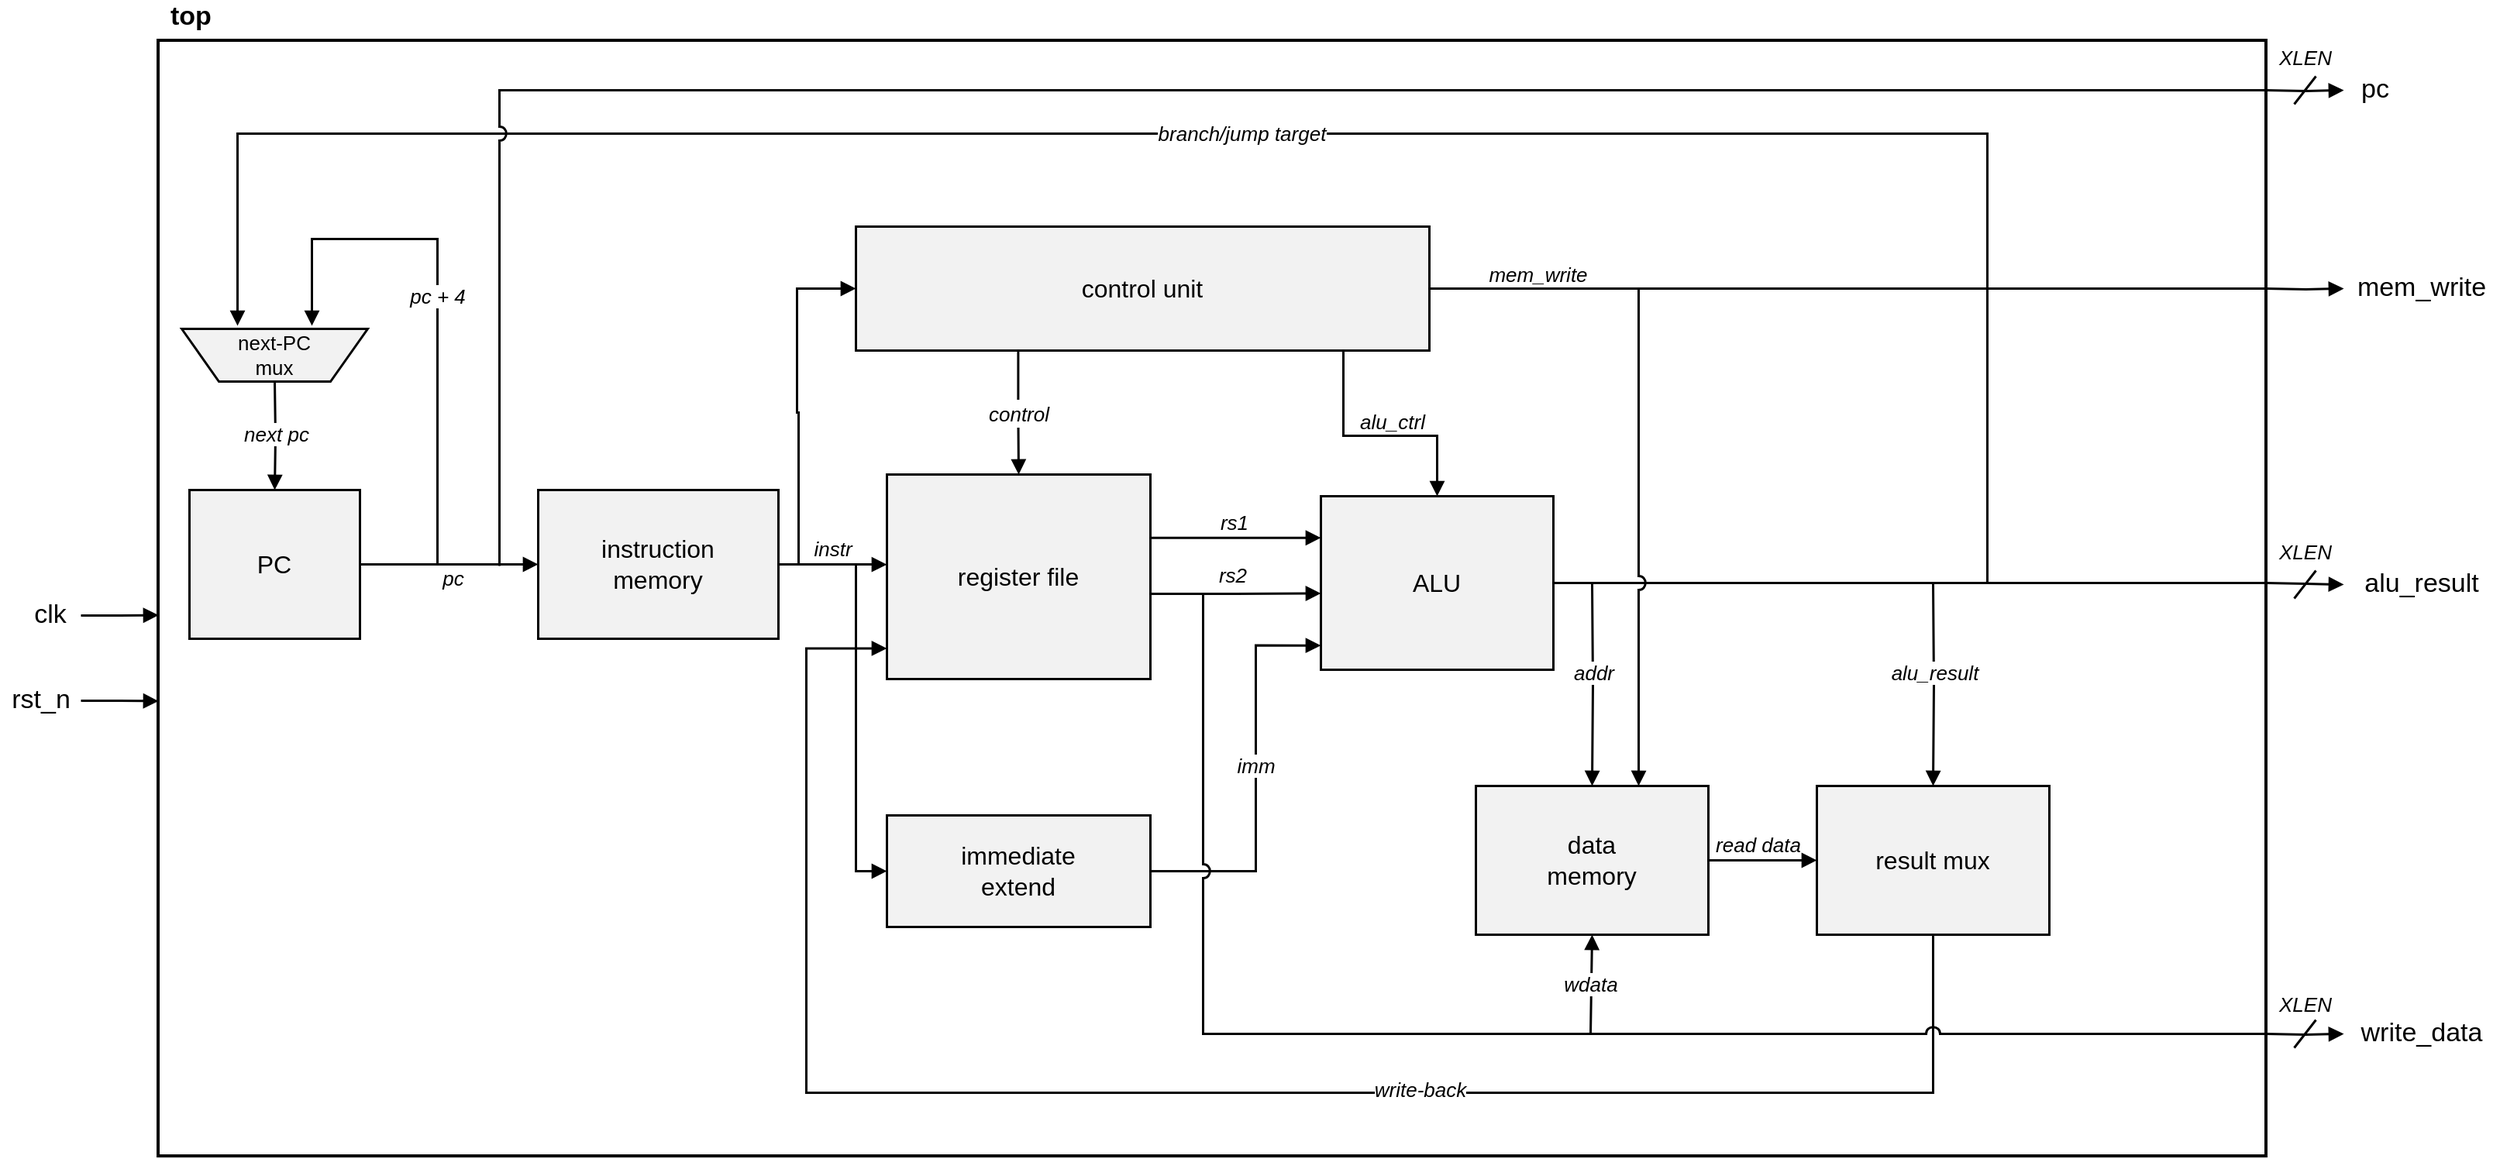
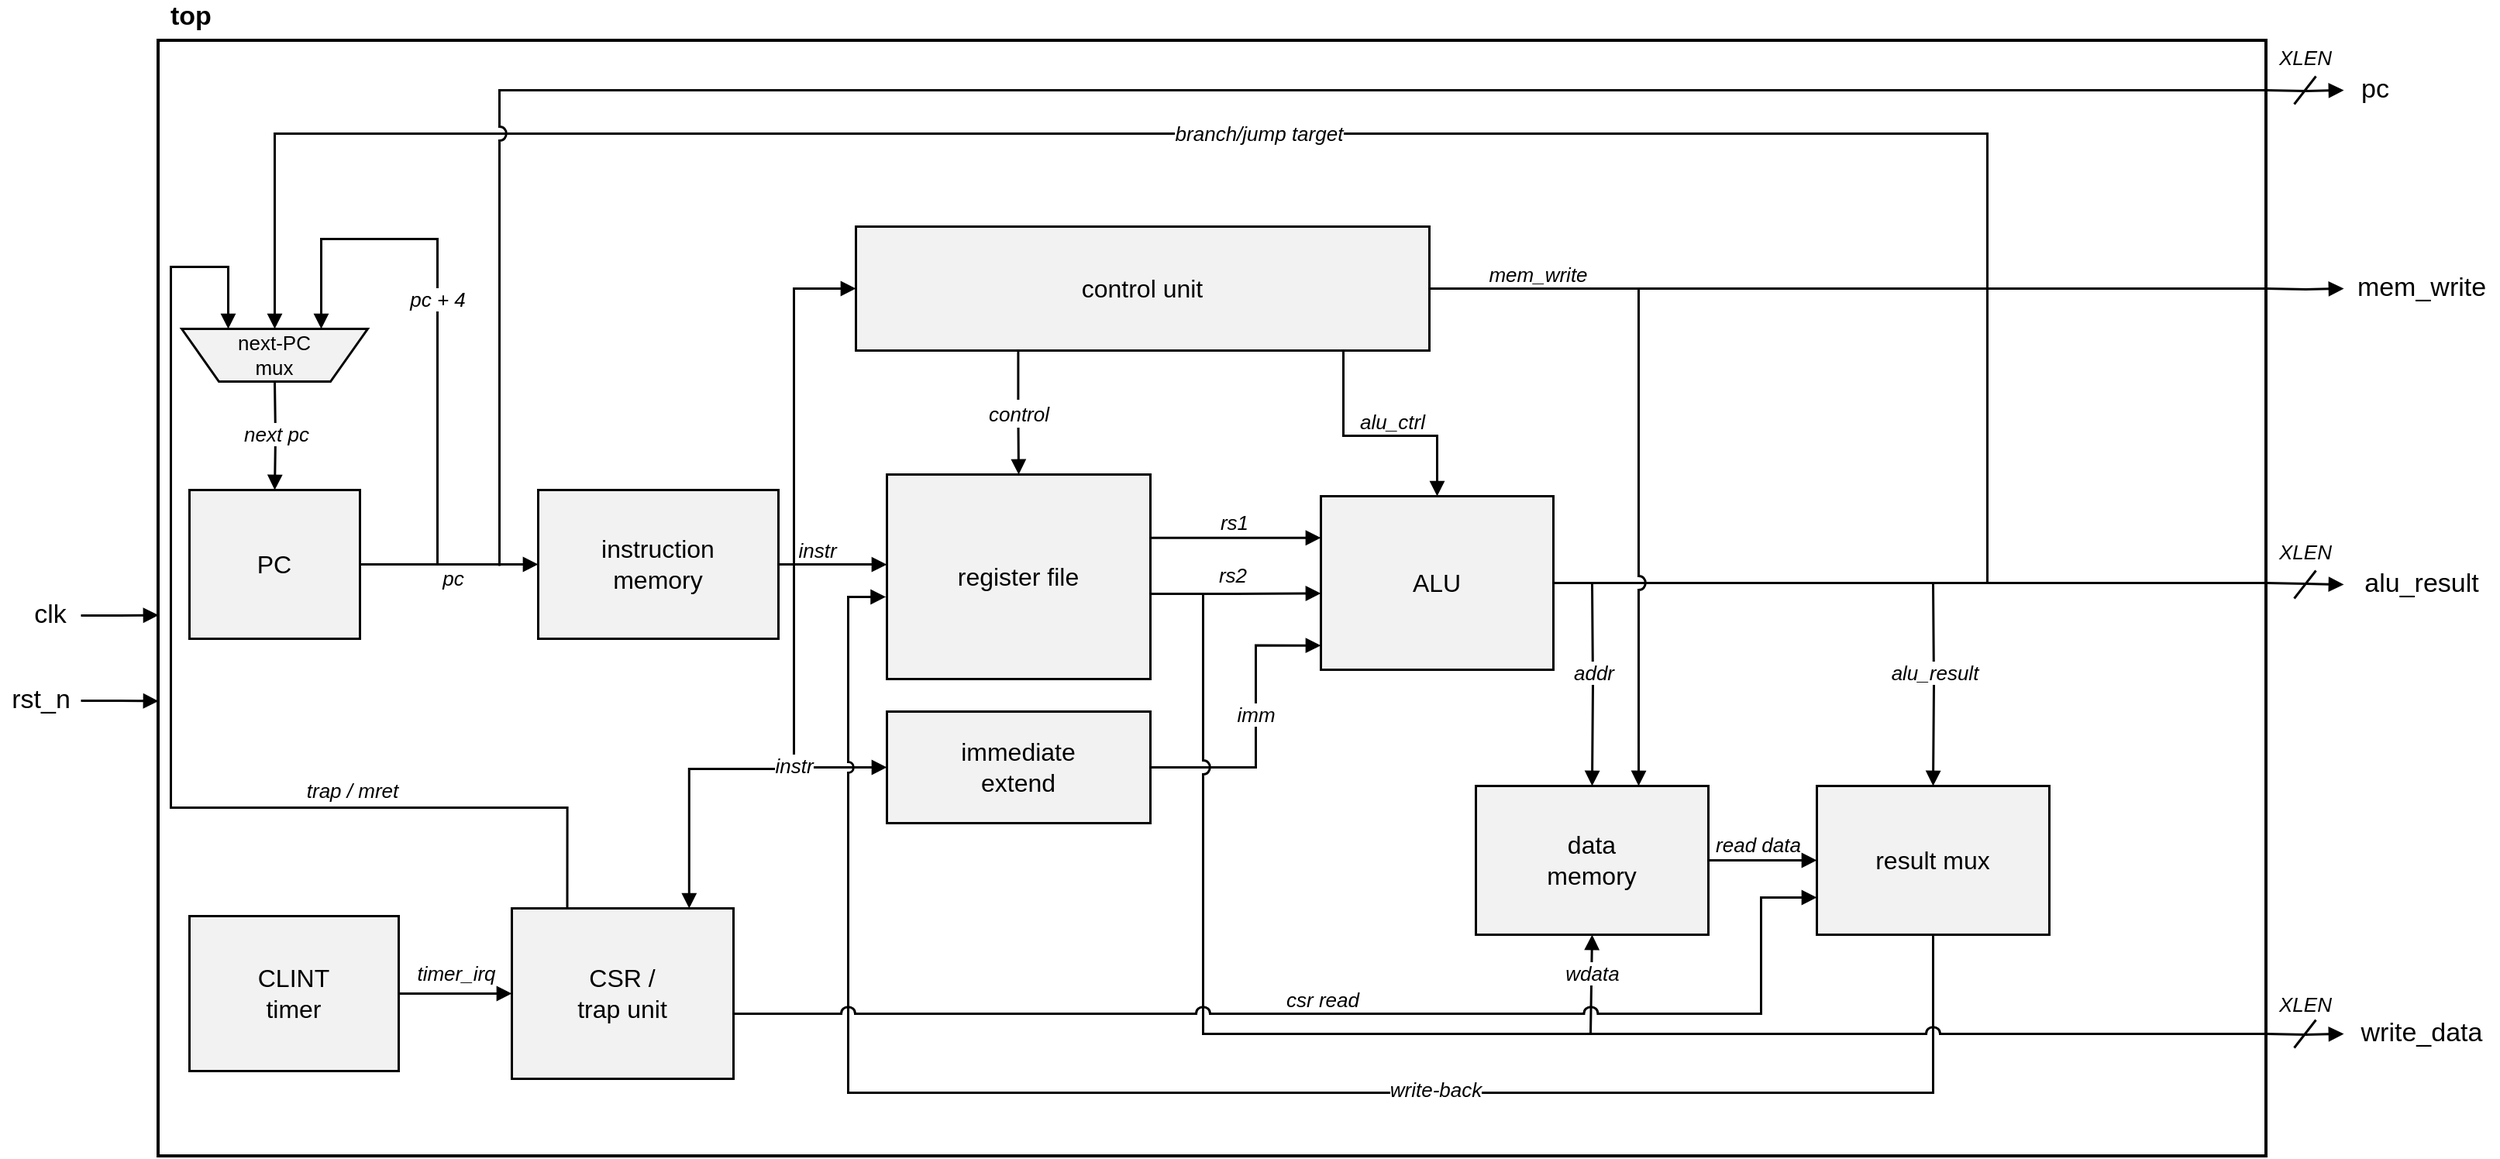
<mxfile host="65bd71144e" scale="2" border="10">
    <diagram name="datapath" id="datapath">
-         <mxGraphModel dx="944" dy="837" grid="0" gridSize="10" guides="1" tooltips="1" connect="1" arrows="1" fold="1" page="1" pageScale="1" pageWidth="1720" pageHeight="900" background="#ffffff" math="0" shadow="0">
+         <mxGraphModel dx="797" dy="364" grid="0" gridSize="10" guides="1" tooltips="1" connect="1" arrows="1" fold="1" page="1" pageScale="1" pageWidth="1720" pageHeight="900" background="#ffffff" math="0" shadow="0">
            <root>
                <mxCell id="0"/>
                <mxCell id="1" parent="0"/>
                <mxCell id="outer" value="" style="rounded=0;whiteSpace=wrap;html=1;fillColor=none;strokeColor=#000000;strokeWidth=2;" parent="1" vertex="1">
                    <mxGeometry x="150" y="90" width="1360" height="720" as="geometry"/>
                </mxCell>
                <mxCell id="outer-lbl" value="top" style="text;html=1;align=left;verticalAlign=middle;fontStyle=1;fontSize=17;fillColor=none;strokeColor=none;" parent="1" vertex="1">
                    <mxGeometry x="156" y="64" width="120" height="22" as="geometry"/>
                </mxCell>
                <mxCell id="ctrl" value="control unit" style="rounded=0;whiteSpace=wrap;html=1;fillColor=#f2f2f2;strokeColor=#000000;strokeWidth=1.5;align=center;verticalAlign=middle;fontSize=16;" parent="1" vertex="1">
                    <mxGeometry x="600" y="210" width="370" height="80" as="geometry"/>
                </mxCell>
                <mxCell id="pc" value="PC" style="rounded=0;whiteSpace=wrap;html=1;fillColor=#f2f2f2;strokeColor=#000000;strokeWidth=1.5;align=center;verticalAlign=middle;fontSize=16;" parent="1" vertex="1">
                    <mxGeometry x="170" y="380" width="110" height="96" as="geometry"/>
                </mxCell>
                <mxCell id="imem" value="instruction&#xa;memory" style="rounded=0;whiteSpace=wrap;html=1;fillColor=#f2f2f2;strokeColor=#000000;strokeWidth=1.5;align=center;verticalAlign=middle;fontSize=16;" parent="1" vertex="1">
                    <mxGeometry x="395" y="380" width="155" height="96" as="geometry"/>
                </mxCell>
                <mxCell id="regfile" value="register file" style="rounded=0;whiteSpace=wrap;html=1;fillColor=#f2f2f2;strokeColor=#000000;strokeWidth=1.5;align=center;verticalAlign=middle;fontSize=16;" parent="1" vertex="1">
                    <mxGeometry x="620" y="370" width="170" height="132" as="geometry"/>
                </mxCell>
                <mxCell id="extend" value="immediate&#xa;extend" style="rounded=0;whiteSpace=wrap;html=1;fillColor=#f2f2f2;strokeColor=#000000;strokeWidth=1.5;align=center;verticalAlign=middle;fontSize=16;" parent="1" vertex="1">
-                     <mxGeometry x="620" y="590" width="170" height="72" as="geometry"/>
+                     <mxGeometry x="620" y="523" width="170" height="72" as="geometry"/>
                </mxCell>
                <mxCell id="alu" value="ALU" style="rounded=0;whiteSpace=wrap;html=1;fillColor=#f2f2f2;strokeColor=#000000;strokeWidth=1.5;align=center;verticalAlign=middle;fontSize=16;" parent="1" vertex="1">
                    <mxGeometry x="900" y="384" width="150" height="112" as="geometry"/>
                </mxCell>
                <mxCell id="dmem" value="data&#xa;memory" style="rounded=0;whiteSpace=wrap;html=1;fillColor=#f2f2f2;strokeColor=#000000;strokeWidth=1.5;align=center;verticalAlign=middle;fontSize=16;" parent="1" vertex="1">
                    <mxGeometry x="1000" y="571" width="150" height="96" as="geometry"/>
                </mxCell>
                <mxCell id="resmux" value="result mux" style="rounded=0;whiteSpace=wrap;html=1;fillColor=#f2f2f2;strokeColor=#000000;strokeWidth=1.5;align=center;verticalAlign=middle;fontSize=16;" parent="1" vertex="1">
                    <mxGeometry x="1220" y="571" width="150" height="96" as="geometry"/>
                </mxCell>
                <mxCell id="pcmux" value="next-PC&#xa;mux" style="shape=trapezoid;perimeter=trapezoidPerimeter;flipV=1;whiteSpace=wrap;html=1;fillColor=#f2f2f2;strokeColor=#000000;strokeWidth=1.5;align=center;verticalAlign=middle;fontSize=13;" parent="1" vertex="1">
                    <mxGeometry x="165" y="276" width="120" height="34" as="geometry"/>
                </mxCell>
                <mxCell id="io-clk" value="clk" style="text;html=1;align=center;verticalAlign=middle;fontSize=17;fillColor=none;strokeColor=none;" parent="1" vertex="1">
                    <mxGeometry x="60" y="450" width="40" height="22" as="geometry"/>
                </mxCell>
                <mxCell id="io-rstn" value="rst_n" style="text;html=1;align=center;verticalAlign=middle;fontSize=17;fillColor=none;strokeColor=none;" parent="1" vertex="1">
                    <mxGeometry x="48" y="505" width="52" height="22" as="geometry"/>
                </mxCell>
                <mxCell id="io-pc" value="pc" style="text;html=1;align=center;verticalAlign=middle;fontSize=17;fillColor=none;strokeColor=none;" parent="1" vertex="1">
                    <mxGeometry x="1560" y="111" width="40" height="22" as="geometry"/>
                </mxCell>
                <mxCell id="io-memwrite" value="mem_write" style="text;html=1;align=center;verticalAlign=middle;fontSize=17;fillColor=none;strokeColor=none;" parent="1" vertex="1">
                    <mxGeometry x="1560" y="239" width="100" height="22" as="geometry"/>
                </mxCell>
                <mxCell id="io-aluresult" value="alu_result" style="text;html=1;align=center;verticalAlign=middle;fontSize=17;fillColor=none;strokeColor=none;" parent="1" vertex="1">
                    <mxGeometry x="1560" y="430" width="100" height="22" as="geometry"/>
                </mxCell>
                <mxCell id="io-writedata" value="write_data" style="text;html=1;align=center;verticalAlign=middle;fontSize=17;fillColor=none;strokeColor=none;" parent="1" vertex="1">
                    <mxGeometry x="1560" y="720" width="100" height="22" as="geometry"/>
                </mxCell>
                <mxCell id="e-clk" style="edgeStyle=orthogonalEdgeStyle;rounded=0;html=1;strokeColor=#000000;strokeWidth=1.5;endArrow=block;endFill=1;exitX=1;exitY=0.5;entryX=0;entryY=0.515;" parent="1" source="io-clk" target="outer" edge="1">
                    <mxGeometry relative="1" as="geometry"/>
                </mxCell>
                <mxCell id="e-rstn" style="edgeStyle=orthogonalEdgeStyle;rounded=0;html=1;strokeColor=#000000;strokeWidth=1.5;endArrow=block;endFill=1;exitX=1;exitY=0.5;entryX=0;entryY=0.592;" parent="1" source="io-rstn" target="outer" edge="1">
                    <mxGeometry relative="1" as="geometry"/>
                </mxCell>
                <mxCell id="e-pc-imem" value="pc" style="edgeStyle=orthogonalEdgeStyle;rounded=0;html=1;strokeColor=#000000;strokeWidth=1.5;endArrow=block;endFill=1;labelBackgroundColor=#ffffff;fontStyle=2;fontSize=13;exitX=1;exitY=0.5;entryX=0;entryY=0.5;spacingBottom=0;spacingLeft=4;spacingTop=34;" parent="1" source="pc" target="imem" edge="1">
                    <mxGeometry y="8" relative="1" as="geometry">
                        <mxPoint as="offset"/>
                    </mxGeometry>
                </mxCell>
                <mxCell id="e-instr" value="instr" style="edgeStyle=orthogonalEdgeStyle;rounded=0;html=1;strokeColor=#000000;strokeWidth=1.5;endArrow=block;endFill=1;labelBackgroundColor=#ffffff;fontStyle=2;fontSize=13;exitX=1;exitY=0.5;entryX=0;entryY=0.44;spacingTop=0;spacingBottom=4;" parent="1" source="imem" target="regfile" edge="1">
-                     <mxGeometry x="-0.0051" y="8" relative="1" as="geometry">
+                     <mxGeometry x="-0.2869" y="7" relative="1" as="geometry">
                        <mxPoint as="offset"/>
                    </mxGeometry>
                </mxCell>
                <mxCell id="e-instr-ctrl" style="edgeStyle=orthogonalEdgeStyle;rounded=0;html=1;strokeColor=#000000;strokeWidth=1.5;endArrow=block;endFill=1;entryX=0;entryY=0.5;entryDx=0;entryDy=0;" parent="1" target="ctrl" edge="1">
                    <mxGeometry relative="1" as="geometry">
                        <mxPoint x="563" y="428" as="sourcePoint"/>
                        <mxPoint x="640.5" y="290.0000000000002" as="targetPoint"/>
                        <Array as="points">
-                             <mxPoint x="563" y="330"/>
-                             <mxPoint x="562" y="330"/>
-                             <mxPoint x="562" y="250"/>
-                         </Array>
-                     </mxGeometry>
-                 </mxCell>
-                 <mxCell id="e-instr-ext" style="edgeStyle=orthogonalEdgeStyle;rounded=0;html=1;strokeColor=#000000;strokeWidth=1.5;endArrow=block;endFill=1;entryX=0;entryY=0.5;" parent="1" target="extend" edge="1">
-                     <mxGeometry relative="1" as="geometry">
-                         <mxPoint x="578" y="428" as="sourcePoint"/>
+                             <mxPoint x="560" y="428"/>
+                             <mxPoint x="560" y="250"/>
+                         </Array>
+                     </mxGeometry>
+                 </mxCell>
+                 <mxCell id="e-instr-ext" style="rounded=0;html=1;strokeColor=#000000;strokeWidth=1.5;endArrow=block;endFill=1;entryX=0;entryY=0.5;" parent="1" target="extend" edge="1">
+                     <mxGeometry relative="1" as="geometry">
+                         <mxPoint x="570" y="559" as="sourcePoint"/>
                        <mxPoint x="620" y="626" as="targetPoint"/>
-                         <Array as="points">
-                             <mxPoint x="600" y="428"/>
-                             <mxPoint x="600" y="626"/>
-                         </Array>
                    </mxGeometry>
                </mxCell>
                <mxCell id="e-rs1" value="rs1" style="edgeStyle=orthogonalEdgeStyle;rounded=0;html=1;strokeColor=#000000;strokeWidth=1.5;endArrow=block;endFill=1;labelBackgroundColor=#ffffff;fontStyle=2;fontSize=13;exitX=1;exitY=0.3;entryX=0;entryY=0.24;spacingBottom=3;" parent="1" source="regfile" target="alu" edge="1">
                    <mxGeometry x="-0.0004" y="8" relative="1" as="geometry">
                        <mxPoint as="offset"/>
                        <Array as="points">
                            <mxPoint x="790" y="411"/>
                        </Array>
                    </mxGeometry>
                </mxCell>
                <mxCell id="e-rs2" value="rs2" style="edgeStyle=orthogonalEdgeStyle;rounded=0;html=1;strokeColor=#000000;strokeWidth=1.5;endArrow=block;endFill=1;labelBackgroundColor=#ffffff;fontStyle=2;fontSize=13;exitX=1;exitY=0.62;entryX=0;entryY=0.56;spacingBottom=8;" parent="1" source="regfile" target="alu" edge="1">
                    <mxGeometry relative="1" as="geometry">
                        <mxPoint y="-8" as="offset"/>
                        <Array as="points">
                            <mxPoint x="790" y="447"/>
                            <mxPoint x="845" y="447"/>
                        </Array>
                    </mxGeometry>
                </mxCell>
                <mxCell id="e-imm" value="imm" style="edgeStyle=orthogonalEdgeStyle;rounded=0;html=1;strokeColor=#000000;strokeWidth=1.5;endArrow=block;endFill=1;labelBackgroundColor=#ffffff;fontStyle=2;fontSize=13;exitX=1;exitY=0.5;entryX=0;entryY=0.86;" parent="1" source="extend" target="alu" edge="1">
                    <mxGeometry relative="1" as="geometry">
                        <Array as="points">
-                             <mxPoint x="858" y="626"/>
+                             <mxPoint x="858" y="559"/>
                            <mxPoint x="858" y="480"/>
                        </Array>
                        <mxPoint y="-8" as="offset"/>
                    </mxGeometry>
                </mxCell>
                <mxCell id="e-ctrl-rf" style="edgeStyle=orthogonalEdgeStyle;rounded=0;html=1;strokeColor=#000000;strokeWidth=1.5;endArrow=block;endFill=1;entryX=0.5;entryY=0;exitX=0.283;exitY=0.995;exitDx=0;exitDy=0;exitPerimeter=0;" parent="1" source="ctrl" target="regfile" edge="1">
                    <mxGeometry relative="1" as="geometry">
                        <mxPoint x="748" y="290" as="sourcePoint"/>
                    </mxGeometry>
                </mxCell>
                <mxCell id="lbl-control" value="control" style="text;html=1;align=center;verticalAlign=middle;fontStyle=2;fontSize=13;fillColor=#ffffff;strokeColor=none;" parent="1" vertex="1">
                    <mxGeometry x="675" y="322" width="60" height="18" as="geometry"/>
                </mxCell>
                <mxCell id="e-ctrl-alu" value="&lt;i&gt;&lt;font style=&quot;font-size: 13px;&quot;&gt;alu_ctrl&lt;/font&gt;&lt;/i&gt;" style="edgeStyle=orthogonalEdgeStyle;rounded=0;html=1;strokeColor=#000000;strokeWidth=1.5;endArrow=block;endFill=1;exitX=0.85;exitY=1;entryX=0.5;entryY=0;spacingBottom=18;spacingLeft=18;" parent="1" source="ctrl" target="alu" edge="1">
                    <mxGeometry x="-0.0054" relative="1" as="geometry">
                        <Array as="points">
                            <mxPoint x="915" y="345"/>
                            <mxPoint x="975" y="345"/>
                        </Array>
                        <mxPoint as="offset"/>
                    </mxGeometry>
                </mxCell>
                <mxCell id="e-alures-int" style="edgeStyle=orthogonalEdgeStyle;rounded=0;html=1;strokeColor=#000000;strokeWidth=1.5;endArrow=none;exitX=1;exitY=0.5;" parent="1" source="alu" edge="1">
                    <mxGeometry relative="1" as="geometry">
                        <mxPoint x="1510" y="440" as="targetPoint"/>
                    </mxGeometry>
                </mxCell>
                <mxCell id="e-alures-ext" style="edgeStyle=orthogonalEdgeStyle;rounded=0;html=1;strokeColor=#000000;strokeWidth=1.5;endArrow=block;endFill=1;entryX=0;entryY=0.5;" parent="1" target="io-aluresult" edge="1">
                    <mxGeometry relative="1" as="geometry">
                        <mxPoint x="1510" y="440" as="sourcePoint"/>
                        <mxPoint x="1560" y="441" as="targetPoint"/>
                    </mxGeometry>
                </mxCell>
                <mxCell id="e-addr" value="addr" style="edgeStyle=orthogonalEdgeStyle;rounded=0;html=1;strokeColor=#000000;strokeWidth=1.5;endArrow=block;endFill=1;labelBackgroundColor=#ffffff;fontStyle=2;fontSize=13;entryX=0.5;entryY=0;" parent="1" target="dmem" edge="1">
                    <mxGeometry relative="1" as="geometry">
                        <mxPoint x="1075" y="440" as="sourcePoint"/>
                        <mxPoint x="1075" y="600" as="targetPoint"/>
                        <mxPoint y="-8" as="offset"/>
                    </mxGeometry>
                </mxCell>
                <mxCell id="e-result" value="alu_result" style="edgeStyle=orthogonalEdgeStyle;rounded=0;html=1;strokeColor=#000000;strokeWidth=1.5;endArrow=block;endFill=1;labelBackgroundColor=#ffffff;fontStyle=2;fontSize=13;entryX=0.5;entryY=0;" parent="1" target="resmux" edge="1">
                    <mxGeometry relative="1" as="geometry">
                        <mxPoint x="1295" y="440" as="sourcePoint"/>
                        <mxPoint x="1295" y="600" as="targetPoint"/>
                        <mxPoint y="-8" as="offset"/>
                    </mxGeometry>
                </mxCell>
                <mxCell id="e-dmem-resmux" value="read data" style="edgeStyle=orthogonalEdgeStyle;rounded=0;html=1;strokeColor=#000000;strokeWidth=1.5;endArrow=block;endFill=1;labelBackgroundColor=#ffffff;fontStyle=2;fontSize=13;exitX=1;exitY=0.5;entryX=0;entryY=0.5;spacingBottom=4;spacingRight=6;" parent="1" source="dmem" target="resmux" edge="1">
                    <mxGeometry x="0.0057" y="8" relative="1" as="geometry">
                        <mxPoint as="offset"/>
                    </mxGeometry>
                </mxCell>
-                 <mxCell id="e-wb" value="write-back" style="edgeStyle=orthogonalEdgeStyle;rounded=0;html=1;strokeColor=#000000;strokeWidth=1.5;endArrow=block;endFill=1;labelBackgroundColor=#ffffff;fontStyle=2;fontSize=13;exitX=0.5;exitY=1;entryX=0;entryY=0.85;spacingBottom=0;spacingLeft=250;" parent="1" source="resmux" target="regfile" edge="1">
+                 <mxCell id="e-wb" value="write-back" style="edgeStyle=orthogonalEdgeStyle;rounded=0;html=1;strokeColor=#000000;strokeWidth=1.5;endArrow=block;endFill=1;labelBackgroundColor=#ffffff;fontStyle=2;fontSize=13;exitX=0.5;exitY=1;entryX=-0.004;entryY=0.604;spacingBottom=0;spacingLeft=250;entryDx=0;entryDy=0;entryPerimeter=0;jumpStyle=arc;" parent="1" source="resmux" target="regfile" edge="1">
                    <mxGeometry x="-0.0443" y="-2" relative="1" as="geometry">
                        <Array as="points">
                            <mxPoint x="1295" y="769"/>
-                             <mxPoint x="568" y="769"/>
-                             <mxPoint x="568" y="482"/>
+                             <mxPoint x="595" y="769"/>
+                             <mxPoint x="595" y="449"/>
+                             <mxPoint x="619" y="449"/>
                        </Array>
                        <mxPoint as="offset"/>
                    </mxGeometry>
                </mxCell>
                <mxCell id="e-mux-pc" value="next pc" style="edgeStyle=orthogonalEdgeStyle;rounded=0;html=1;strokeColor=#000000;strokeWidth=1.5;endArrow=block;endFill=1;labelBackgroundColor=#ffffff;fontStyle=2;fontSize=13;entryX=0.5;entryY=0;align=center;labelPosition=center;verticalLabelPosition=middle;verticalAlign=middle;spacingRight=17;spacing=2;" parent="1" target="pc" edge="1">
                    <mxGeometry x="-0.032" y="9" relative="1" as="geometry">
                        <mxPoint as="offset"/>
                        <mxPoint x="225" y="310" as="sourcePoint"/>
                    </mxGeometry>
                </mxCell>
-                 <mxCell id="e-pc4" value="pc + 4" style="edgeStyle=orthogonalEdgeStyle;rounded=0;html=1;strokeColor=#000000;strokeWidth=1.5;endArrow=block;endFill=1;labelBackgroundColor=#ffffff;fontStyle=2;fontSize=13;" parent="1" edge="1">
+                 <mxCell id="e-pc4" value="pc + 4" style="edgeStyle=orthogonalEdgeStyle;rounded=0;html=1;strokeColor=#000000;strokeWidth=1.5;endArrow=block;endFill=1;labelBackgroundColor=#ffffff;fontStyle=2;fontSize=13;entryX=0.75;entryY=0;entryDx=0;entryDy=0;" parent="1" edge="1" target="pcmux">
                    <mxGeometry relative="1" as="geometry">
                        <mxPoint x="330" y="428" as="sourcePoint"/>
-                         <mxPoint x="249" y="274" as="targetPoint"/>
+                         <mxPoint x="255" y="274" as="targetPoint"/>
                        <Array as="points">
                            <mxPoint x="330" y="218"/>
-                             <mxPoint x="249" y="218"/>
-                         </Array>
-                     </mxGeometry>
-                 </mxCell>
-                 <mxCell id="e-target" value="branch/jump target" style="edgeStyle=orthogonalEdgeStyle;rounded=0;html=1;strokeColor=#000000;strokeWidth=1.5;endArrow=block;endFill=1;labelBackgroundColor=#ffffff;fontStyle=2;fontSize=13;jumpStyle=arc;jumpSize=8;" parent="1" edge="1">
+                             <mxPoint x="255" y="218"/>
+                         </Array>
+                     </mxGeometry>
+                 </mxCell>
+                 <mxCell id="e-target" value="branch/jump target" style="edgeStyle=orthogonalEdgeStyle;rounded=0;html=1;strokeColor=#000000;strokeWidth=1.5;endArrow=block;endFill=1;labelBackgroundColor=#ffffff;fontStyle=2;fontSize=13;jumpStyle=arc;jumpSize=8;entryX=0.5;entryY=0;entryDx=0;entryDy=0;" parent="1" edge="1" target="pcmux">
                    <mxGeometry relative="1" as="geometry">
                        <mxPoint x="1330" y="440" as="sourcePoint"/>
                        <mxPoint x="201" y="274" as="targetPoint"/>
                        <Array as="points">
                            <mxPoint x="1330" y="150"/>
-                             <mxPoint x="201" y="150"/>
-                             <mxPoint x="201" y="274"/>
+                             <mxPoint x="225" y="150"/>
                        </Array>
                    </mxGeometry>
                </mxCell>
                <mxCell id="e-pc-int" style="edgeStyle=orthogonalEdgeStyle;rounded=0;html=1;strokeColor=#000000;strokeWidth=1.5;endArrow=none;jumpStyle=arc;jumpSize=8;" parent="1" edge="1">
                    <mxGeometry relative="1" as="geometry">
                        <mxPoint x="370" y="429" as="sourcePoint"/>
                        <mxPoint x="1510" y="132" as="targetPoint"/>
                        <Array as="points">
                            <mxPoint x="370" y="122"/>
                            <mxPoint x="1510" y="122"/>
                        </Array>
                    </mxGeometry>
                </mxCell>
                <mxCell id="e-pc-ext" style="edgeStyle=orthogonalEdgeStyle;rounded=0;html=1;strokeColor=#000000;strokeWidth=1.5;endArrow=block;endFill=1;entryX=0;entryY=0.5;" parent="1" target="io-pc" edge="1">
                    <mxGeometry relative="1" as="geometry">
                        <mxPoint x="1510" y="122" as="sourcePoint"/>
                        <mxPoint x="1560" y="122" as="targetPoint"/>
                    </mxGeometry>
                </mxCell>
                <mxCell id="e-mw-int" value="mem_write" style="edgeStyle=orthogonalEdgeStyle;rounded=0;html=1;strokeColor=#000000;strokeWidth=1.5;endArrow=none;exitX=1;exitY=0.5;fontSize=13;fontStyle=2;spacingBottom=19;spacingRight=400;" parent="1" source="ctrl" edge="1">
                    <mxGeometry relative="1" as="geometry">
                        <mxPoint x="1510" y="250" as="targetPoint"/>
                    </mxGeometry>
                </mxCell>
                <mxCell id="e-mw-ext" style="edgeStyle=orthogonalEdgeStyle;rounded=0;html=1;strokeColor=#000000;strokeWidth=1.5;endArrow=block;endFill=1;entryX=0;entryY=0.5;" parent="1" target="io-memwrite" edge="1">
                    <mxGeometry relative="1" as="geometry">
                        <mxPoint x="1510" y="250" as="sourcePoint"/>
                        <mxPoint x="1560" y="250" as="targetPoint"/>
                    </mxGeometry>
                </mxCell>
                <mxCell id="e-we" value="" style="edgeStyle=orthogonalEdgeStyle;rounded=0;html=1;strokeColor=#000000;strokeWidth=1.5;endArrow=block;endFill=1;labelBackgroundColor=#ffffff;fontStyle=2;fontSize=13;entryX=0.7;entryY=0;jumpStyle=arc;jumpSize=8;spacingBottom=50;" parent="1" target="dmem" edge="1">
                    <mxGeometry x="0.0059" relative="1" as="geometry">
                        <mxPoint x="1105" y="250" as="sourcePoint"/>
                        <mxPoint x="1105" y="600" as="targetPoint"/>
                        <mxPoint y="1" as="offset"/>
                    </mxGeometry>
                </mxCell>
                <mxCell id="e-wd-int" style="edgeStyle=orthogonalEdgeStyle;rounded=0;html=1;strokeColor=#000000;strokeWidth=1.5;endArrow=none;jumpStyle=arc;jumpSize=8;" parent="1" edge="1">
                    <mxGeometry relative="1" as="geometry">
                        <mxPoint x="835" y="447" as="sourcePoint"/>
                        <mxPoint x="1510" y="731" as="targetPoint"/>
                        <Array as="points">
                            <mxPoint x="824" y="447"/>
                            <mxPoint x="824" y="731"/>
                        </Array>
                    </mxGeometry>
                </mxCell>
                <mxCell id="e-wd-ext" style="edgeStyle=orthogonalEdgeStyle;rounded=0;html=1;strokeColor=#000000;strokeWidth=1.5;endArrow=block;endFill=1;entryX=0;entryY=0.5;" parent="1" target="io-writedata" edge="1">
                    <mxGeometry relative="1" as="geometry">
                        <mxPoint x="1510" y="731" as="sourcePoint"/>
                        <mxPoint x="1560" y="731" as="targetPoint"/>
                    </mxGeometry>
                </mxCell>
                <mxCell id="e-wdata" value="wdata" style="edgeStyle=orthogonalEdgeStyle;rounded=0;html=1;strokeColor=#000000;strokeWidth=1.5;endArrow=block;endFill=1;labelBackgroundColor=#ffffff;fontStyle=2;fontSize=13;entryX=0.5;entryY=1;entryDx=0;entryDy=0;" parent="1" target="dmem" edge="1">
-                     <mxGeometry x="-0.0149" relative="1" as="geometry">
+                     <mxGeometry x="0.2252" relative="1" as="geometry">
                        <mxPoint x="1074" y="731" as="sourcePoint"/>
                        <mxPoint x="1037" y="696" as="targetPoint"/>
                        <mxPoint as="offset"/>
                    </mxGeometry>
                </mxCell>
                <mxCell id="bus-pc" style="endArrow=none;startArrow=none;html=1;strokeColor=#000000;strokeWidth=1.5;" parent="1" edge="1">
                    <mxGeometry relative="1" as="geometry">
                        <mxPoint x="1528" y="131" as="sourcePoint"/>
                        <mxPoint x="1542" y="113" as="targetPoint"/>
                    </mxGeometry>
                </mxCell>
                <mxCell id="busw-pc" value="XLEN" style="text;html=1;align=center;fontStyle=2;fontSize=13;fillColor=none;strokeColor=none;" parent="1" vertex="1">
                    <mxGeometry x="1505" y="87" width="60" height="18" as="geometry"/>
                </mxCell>
                <mxCell id="bus-ar" style="endArrow=none;startArrow=none;html=1;strokeColor=#000000;strokeWidth=1.5;" parent="1" edge="1">
                    <mxGeometry relative="1" as="geometry">
                        <mxPoint x="1528" y="450" as="sourcePoint"/>
                        <mxPoint x="1542" y="432" as="targetPoint"/>
                    </mxGeometry>
                </mxCell>
                <mxCell id="busw-ar" value="XLEN" style="text;html=1;align=center;fontStyle=2;fontSize=13;fillColor=none;strokeColor=none;" parent="1" vertex="1">
                    <mxGeometry x="1505" y="406" width="60" height="18" as="geometry"/>
                </mxCell>
                <mxCell id="bus-wd" style="endArrow=none;startArrow=none;html=1;strokeColor=#000000;strokeWidth=1.5;" parent="1" edge="1">
                    <mxGeometry relative="1" as="geometry">
                        <mxPoint x="1528" y="740" as="sourcePoint"/>
                        <mxPoint x="1542" y="722" as="targetPoint"/>
                    </mxGeometry>
                </mxCell>
                <mxCell id="busw-wd" value="XLEN" style="text;html=1;align=center;fontStyle=2;fontSize=13;fillColor=none;strokeColor=none;" parent="1" vertex="1">
                    <mxGeometry x="1505" y="698" width="60" height="18" as="geometry"/>
+                 </mxCell>
+                 <mxCell id="clint" value="CLINT&#xa;timer" style="rounded=0;whiteSpace=wrap;html=1;fillColor=#f2f2f2;strokeColor=#000000;strokeWidth=1.5;align=center;verticalAlign=middle;fontSize=16;" parent="1" vertex="1">
+                     <mxGeometry x="170" y="655" width="135" height="100" as="geometry"/>
+                 </mxCell>
+                 <mxCell id="csr" value="CSR /&#xa;trap unit" style="rounded=0;whiteSpace=wrap;html=1;fillColor=#f2f2f2;strokeColor=#000000;strokeWidth=1.5;align=center;verticalAlign=middle;fontSize=16;" parent="1" vertex="1">
+                     <mxGeometry x="378" y="650" width="143" height="110" as="geometry"/>
+                 </mxCell>
+                 <mxCell id="e-timerirq" value="timer_irq" style="edgeStyle=orthogonalEdgeStyle;rounded=0;html=1;strokeColor=#000000;strokeWidth=1.5;endArrow=block;endFill=1;labelBackgroundColor=#ffffff;fontStyle=2;fontSize=13;exitX=1;exitY=0.5;entryX=0;entryY=0.5;" parent="1" source="clint" target="csr" edge="1">
+                     <mxGeometry x="0.0137" y="13" relative="1" as="geometry">
+                         <mxPoint as="offset"/>
+                     </mxGeometry>
+                 </mxCell>
+                 <mxCell id="e-instr-csr" value="instr" style="edgeStyle=orthogonalEdgeStyle;rounded=0;html=1;strokeWidth=1.5;endArrow=block;endFill=1;labelBackgroundColor=#ffffff;fontStyle=2;fontSize=13;entryX=0.8;entryY=0;spacingRight=1;" parent="1" target="csr" edge="1">
+                     <mxGeometry x="-0.0654" relative="1" as="geometry">
+                         <mxPoint x="570" y="428" as="sourcePoint"/>
+                         <mxPoint x="570" y="650" as="targetPoint"/>
+                         <Array as="points">
+                             <mxPoint x="560" y="428"/>
+                             <mxPoint x="560" y="560"/>
+                             <mxPoint x="492" y="560"/>
+                         </Array>
+                         <mxPoint as="offset"/>
+                     </mxGeometry>
+                 </mxCell>
+                 <mxCell id="e-trap" value="trap / mret" style="edgeStyle=orthogonalEdgeStyle;rounded=0;html=1;strokeColor=#000000;strokeWidth=1.5;endArrow=block;endFill=1;labelBackgroundColor=#ffffff;fontStyle=2;fontSize=13;exitX=0.25;exitY=0;entryX=0.25;entryY=0;entryDx=0;entryDy=0;exitDx=0;exitDy=0;" parent="1" source="csr" target="pcmux" edge="1">
+                     <mxGeometry x="-0.4552" y="-11" relative="1" as="geometry">
+                         <Array as="points">
+                             <mxPoint x="414" y="585"/>
+                             <mxPoint x="158" y="585"/>
+                             <mxPoint x="158" y="236"/>
+                             <mxPoint x="195" y="236"/>
+                         </Array>
+                         <mxPoint as="offset"/>
+                     </mxGeometry>
+                 </mxCell>
+                 <mxCell id="e-csrread" value="csr read" style="edgeStyle=orthogonalEdgeStyle;rounded=0;html=1;strokeColor=#000000;strokeWidth=1.5;endArrow=block;endFill=1;labelBackgroundColor=#ffffff;fontStyle=2;fontSize=13;exitX=1;exitY=0.5;entryX=0;entryY=0.75;jumpStyle=arc;jumpSize=8;entryDx=0;entryDy=0;" parent="1" source="csr" target="resmux" edge="1">
+                     <mxGeometry x="-0.0012" y="9" relative="1" as="geometry">
+                         <Array as="points">
+                             <mxPoint x="521" y="718"/>
+                             <mxPoint x="1184" y="718"/>
+                             <mxPoint x="1184" y="643"/>
+                         </Array>
+                         <mxPoint as="offset"/>
+                     </mxGeometry>
                </mxCell>
            </root>
        </mxGraphModel>
    </diagram>
</mxfile>